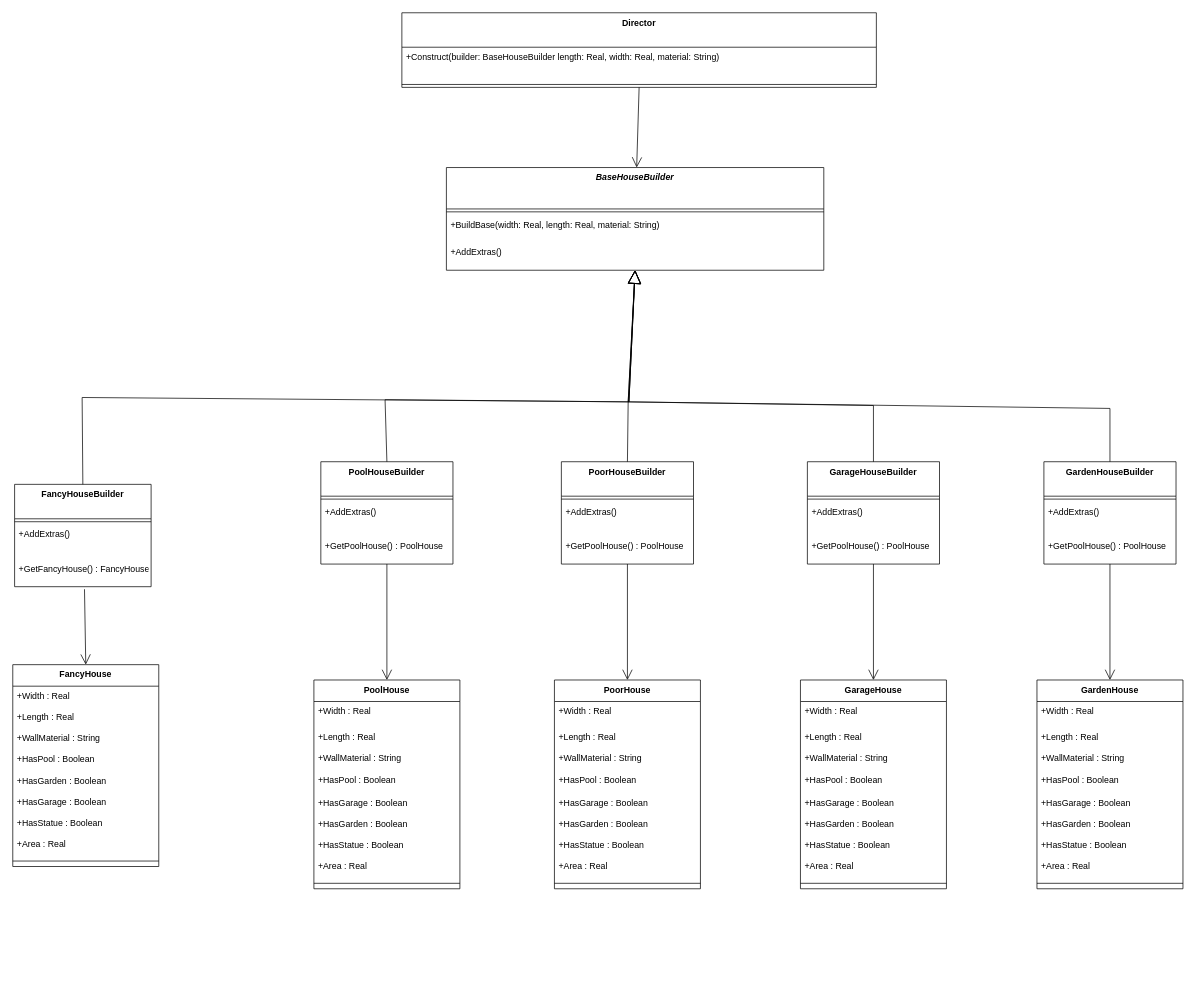
Wokiput/Object-oriented-analysis-and-design-2 keeps this draw.io diagram as lab01/builder.drawio. Above is the earlier version. Source tidied: cells renumbered, new cells numbered last; positions are measured from the earlier drawing's top-left corner, leaving out a move shared by most shapes. Both pictures are drawn from the tidied source at 73%, with x=0, y=0 at pixel (12, 12).
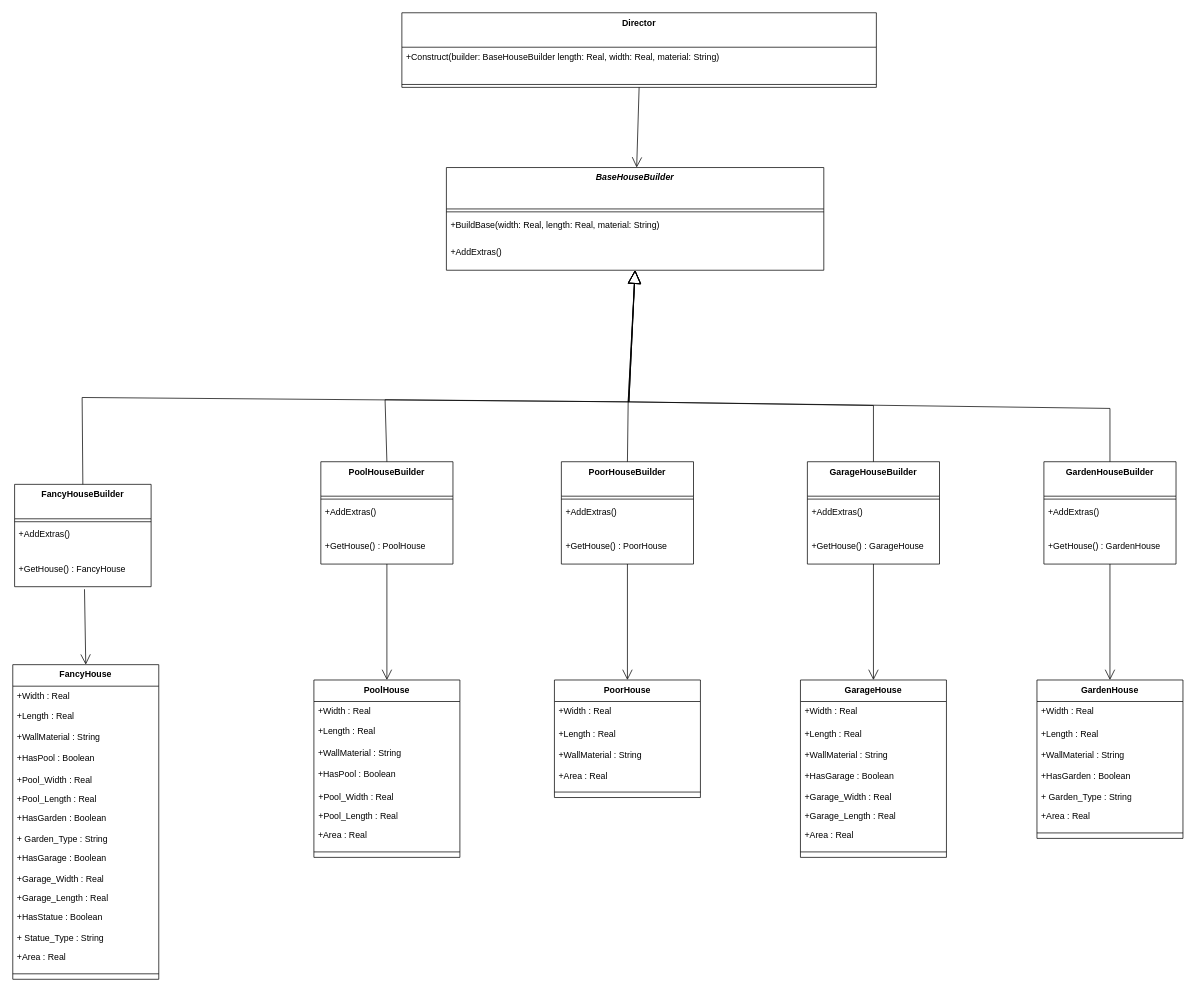
The same diagram, later.

Commit message (it also covers changes not shown here):
Update class diagram

The change refers to these unchanged cells:
```xml
<mxCell id="9" value="FancyHouseBuilder" style="swimlane;fontStyle=1;align=center;verticalAlign=top;horizontal=1;startSize=47.2;" parent="1" vertex="1">
  <mxGeometry x="2.5" y="646" width="187" height="140.2" as="geometry" />
</mxCell>
<mxCell id="13" value="PoolHouseBuilder" style="swimlane;fontStyle=1;align=center;verticalAlign=top;horizontal=1;startSize=47.2;" parent="1" vertex="1">
  <mxGeometry x="422" y="615" width="181" height="140.2" as="geometry" />
</mxCell>
<mxCell id="42" value="PoorHouseBuilder" style="swimlane;fontStyle=1;align=center;verticalAlign=top;horizontal=1;startSize=47.2;" parent="1" vertex="1">
  <mxGeometry x="751.5" y="615" width="181" height="140.2" as="geometry" />
</mxCell>
<mxCell id="58" value="GarageHouseBuilder" style="swimlane;fontStyle=1;align=center;verticalAlign=top;horizontal=1;startSize=47.2;" parent="1" vertex="1">
  <mxGeometry x="1088.5" y="615" width="181" height="140.2" as="geometry" />
</mxCell>
<mxCell id="73" value="GardenHouseBuilder" style="swimlane;fontStyle=1;align=center;verticalAlign=top;horizontal=1;startSize=47.2;" parent="1" vertex="1">
  <mxGeometry x="1412.5" y="615" width="181" height="140.2" as="geometry" />
</mxCell>
```

What changed in the source:
```diff
@@
-    <mxCell id="12" value="+GetFancyHouse() : FancyHouse" style="text;strokeColor=none;fillColor=none;align=left;verticalAlign=top;spacingLeft=4;spacingRight=4;overflow=hidden;points=[[0,0.5],[1,0.5]];portConstraint=eastwest;" parent="9" vertex="1">
+    <mxCell id="12" value="+GetHouse() : FancyHouse" style="text;strokeColor=none;fillColor=none;align=left;verticalAlign=top;spacingLeft=4;spacingRight=4;overflow=hidden;points=[[0,0.5],[1,0.5]];portConstraint=eastwest;" parent="9" vertex="1">
       <mxGeometry y="102.2" width="187" height="38" as="geometry" />
     </mxCell>
@@
-    <mxCell id="16" value="+GetPoolHouse() : PoolHouse" style="text;strokeColor=none;fillColor=none;align=left;verticalAlign=top;spacingLeft=4;spacingRight=4;overflow=hidden;" parent="13" vertex="1">
+    <mxCell id="16" value="+GetHouse() : PoolHouse" style="text;strokeColor=none;fillColor=none;align=left;verticalAlign=top;spacingLeft=4;spacingRight=4;overflow=hidden;" parent="13" vertex="1">
       <mxGeometry y="102.2" width="181" height="38" as="geometry" />
     </mxCell>
     <mxCell id="17" value="FancyHouse" style="swimlane;fontStyle=1;align=center;verticalAlign=top;horizontal=1;startSize=29.473684210526315;" parent="1" vertex="1">
-      <mxGeometry y="893" width="200" height="276.5" as="geometry" />
+      <mxGeometry y="893" width="200" height="431" as="geometry" />
     </mxCell>
     <mxCell id="18" value="+Width : Real" style="text;strokeColor=none;fillColor=none;align=left;verticalAlign=top;spacingLeft=4;spacingRight=4;overflow=hidden;" parent="17" vertex="1">
-      <mxGeometry y="29.5" width="200" height="29" as="geometry" />
+      <mxGeometry y="29.5" width="200" height="27.5" as="geometry" />
     </mxCell>
     <mxCell id="19" value="+Length : Real" style="text;strokeColor=none;fillColor=none;align=left;verticalAlign=top;spacingLeft=4;spacingRight=4;overflow=hidden;" parent="17" vertex="1">
-      <mxGeometry y="58.5" width="200" height="29" as="geometry" />
+      <mxGeometry y="57" width="200" height="29" as="geometry" />
     </mxCell>
     <mxCell id="20" value="+WallMaterial : String" style="text;strokeColor=none;fillColor=none;align=left;verticalAlign=top;spacingLeft=4;spacingRight=4;overflow=hidden;" parent="17" vertex="1">
-      <mxGeometry y="87.5" width="200" height="29" as="geometry" />
+      <mxGeometry y="86" width="200" height="29" as="geometry" />
     </mxCell>
     <mxCell id="21" value="+HasPool : Boolean" style="text;strokeColor=none;fillColor=none;align=left;verticalAlign=top;spacingLeft=4;spacingRight=4;overflow=hidden;" parent="17" vertex="1">
-      <mxGeometry y="116.5" width="200" height="29" as="geometry" />
+      <mxGeometry y="115" width="200" height="29" as="geometry" />
     </mxCell>
+    <mxCell id="90" value="+Pool_Width : Real" style="text;strokeColor=none;fillColor=none;align=left;verticalAlign=top;spacingLeft=4;spacingRight=4;overflow=hidden;whiteSpace=wrap;html=1;" parent="17" vertex="1">
+      <mxGeometry y="144" width="200" height="26" as="geometry" />
+    </mxCell>
+    <mxCell id="91" value="+Pool_Length : Real" style="text;strokeColor=none;fillColor=none;align=left;verticalAlign=top;spacingLeft=4;spacingRight=4;overflow=hidden;whiteSpace=wrap;html=1;" parent="17" vertex="1">
+      <mxGeometry y="170" width="200" height="26" as="geometry" />
+    </mxCell>
     <mxCell id="22" value="+HasGarden : Boolean" style="text;strokeColor=none;fillColor=none;align=left;verticalAlign=top;spacingLeft=4;spacingRight=4;overflow=hidden;" parent="17" vertex="1">
-      <mxGeometry y="145.5" width="200" height="29" as="geometry" />
+      <mxGeometry y="196" width="200" height="29" as="geometry" />
     </mxCell>
+    <mxCell id="92" value="+ Garden_Type : String" style="text;strokeColor=none;fillColor=none;align=left;verticalAlign=top;spacingLeft=4;spacingRight=4;overflow=hidden;whiteSpace=wrap;html=1;" parent="17" vertex="1">
+      <mxGeometry y="225" width="200" height="26" as="geometry" />
+    </mxCell>
     <mxCell id="23" value="+HasGarage : Boolean" style="text;strokeColor=none;fillColor=none;align=left;verticalAlign=top;spacingLeft=4;spacingRight=4;overflow=hidden;" parent="17" vertex="1">
-      <mxGeometry y="174.5" width="200" height="29" as="geometry" />
+      <mxGeometry y="251" width="200" height="29" as="geometry" />
     </mxCell>
+    <mxCell id="93" value="+Garage_Width : Real" style="text;strokeColor=none;fillColor=none;align=left;verticalAlign=top;spacingLeft=4;spacingRight=4;overflow=hidden;whiteSpace=wrap;html=1;" parent="17" vertex="1">
+      <mxGeometry y="280" width="200" height="26" as="geometry" />
+    </mxCell>
+    <mxCell id="94" value="+Garage_Length : Real" style="text;strokeColor=none;fillColor=none;align=left;verticalAlign=top;spacingLeft=4;spacingRight=4;overflow=hidden;whiteSpace=wrap;html=1;" parent="17" vertex="1">
+      <mxGeometry y="306" width="200" height="26" as="geometry" />
+    </mxCell>
     <mxCell id="24" value="+HasStatue : Boolean" style="text;strokeColor=none;fillColor=none;align=left;verticalAlign=top;spacingLeft=4;spacingRight=4;overflow=hidden;" parent="17" vertex="1">
-      <mxGeometry y="203.5" width="200" height="29" as="geometry" />
+      <mxGeometry y="332" width="200" height="29" as="geometry" />
     </mxCell>
+    <mxCell id="95" value="+ Statue_Type : String" style="text;strokeColor=none;fillColor=none;align=left;verticalAlign=top;spacingLeft=4;spacingRight=4;overflow=hidden;whiteSpace=wrap;html=1;" parent="17" vertex="1">
+      <mxGeometry y="361" width="200" height="26" as="geometry" />
+    </mxCell>
     <mxCell id="25" value="+Area : Real" style="text;strokeColor=none;fillColor=none;align=left;verticalAlign=top;spacingLeft=4;spacingRight=4;overflow=hidden;" parent="17" vertex="1">
-      <mxGeometry y="232.5" width="200" height="29" as="geometry" />
+      <mxGeometry y="387" width="200" height="29" as="geometry" />
     </mxCell>
     <mxCell id="26" style="line;strokeWidth=1;fillColor=none;align=left;verticalAlign=middle;spacingTop=-1;spacingLeft=3;spacingRight=3;labelPosition=right;strokeColor=inherit;" parent="17" vertex="1">
-      <mxGeometry y="261.5" width="200" height="15" as="geometry" />
+      <mxGeometry y="416" width="200" height="15" as="geometry" />
     </mxCell>
@@
     <mxCell id="28" value="PoolHouse" style="swimlane;fontStyle=1;align=center;verticalAlign=top;horizontal=1;startSize=29.473684210526315;" parent="1" vertex="1">
-      <mxGeometry x="412.5" y="914" width="200" height="286" as="geometry" />
+      <mxGeometry x="412.5" y="914" width="200" height="243" as="geometry" />
     </mxCell>
     <mxCell id="29" value="+Width : Real" style="text;strokeColor=none;fillColor=none;align=left;verticalAlign=top;spacingLeft=4;spacingRight=4;overflow=hidden;" parent="28" vertex="1">
-      <mxGeometry y="29.5" width="200" height="35.5" as="geometry" />
+      <mxGeometry y="29.5" width="200" height="27.5" as="geometry" />
     </mxCell>
     <mxCell id="30" value="+Length : Real" style="text;strokeColor=none;fillColor=none;align=left;verticalAlign=top;spacingLeft=4;spacingRight=4;overflow=hidden;" parent="28" vertex="1">
-      <mxGeometry y="65" width="200" height="29" as="geometry" />
+      <mxGeometry y="57" width="200" height="29" as="geometry" />
     </mxCell>
     <mxCell id="31" value="+WallMaterial : String" style="text;strokeColor=none;fillColor=none;align=left;verticalAlign=top;spacingLeft=4;spacingRight=4;overflow=hidden;" parent="28" vertex="1">
-      <mxGeometry y="94" width="200" height="29" as="geometry" />
+      <mxGeometry y="86" width="200" height="29" as="geometry" />
     </mxCell>
     <mxCell id="32" value="+HasPool : Boolean" style="text;strokeColor=none;fillColor=none;align=left;verticalAlign=top;spacingLeft=4;spacingRight=4;overflow=hidden;" parent="28" vertex="1">
-      <mxGeometry y="123" width="200" height="32" as="geometry" />
+      <mxGeometry y="115" width="200" height="32" as="geometry" />
     </mxCell>
-    <mxCell id="33" value="+HasGarage : Boolean" style="text;strokeColor=none;fillColor=none;align=left;verticalAlign=top;spacingLeft=4;spacingRight=4;overflow=hidden;" parent="28" vertex="1">
-      <mxGeometry y="155" width="200" height="29" as="geometry" />
-    </mxCell>
-    <mxCell id="34" value="+HasGarden : Boolean" style="text;strokeColor=none;fillColor=none;align=left;verticalAlign=top;spacingLeft=4;spacingRight=4;overflow=hidden;" parent="28" vertex="1">
-      <mxGeometry y="184" width="200" height="29" as="geometry" />
-    </mxCell>
-    <mxCell id="35" value="+HasStatue : Boolean" style="text;strokeColor=none;fillColor=none;align=left;verticalAlign=top;spacingLeft=4;spacingRight=4;overflow=hidden;" parent="28" vertex="1">
-      <mxGeometry y="213" width="200" height="29" as="geometry" />
-    </mxCell>
+    <mxCell id="96" value="+Pool_Width : Real" style="text;strokeColor=none;fillColor=none;align=left;verticalAlign=top;spacingLeft=4;spacingRight=4;overflow=hidden;whiteSpace=wrap;html=1;" parent="28" vertex="1">
+      <mxGeometry y="147" width="200" height="26" as="geometry" />
+    </mxCell>
+    <mxCell id="97" value="+Pool_Length : Real" style="text;strokeColor=none;fillColor=none;align=left;verticalAlign=top;spacingLeft=4;spacingRight=4;overflow=hidden;whiteSpace=wrap;html=1;" parent="28" vertex="1">
+      <mxGeometry y="173" width="200" height="26" as="geometry" />
+    </mxCell>
     <mxCell id="36" value="+Area : Real" style="text;strokeColor=none;fillColor=none;align=left;verticalAlign=top;spacingLeft=4;spacingRight=4;overflow=hidden;" parent="28" vertex="1">
-      <mxGeometry y="242" width="200" height="29" as="geometry" />
+      <mxGeometry y="199" width="200" height="29" as="geometry" />
     </mxCell>
     <mxCell id="37" style="line;strokeWidth=1;fillColor=none;align=left;verticalAlign=middle;spacingTop=-1;spacingLeft=3;spacingRight=3;labelPosition=right;strokeColor=inherit;" parent="28" vertex="1">
-      <mxGeometry y="271" width="200" height="15" as="geometry" />
+      <mxGeometry y="228" width="200" height="15" as="geometry" />
     </mxCell>
@@
-    <mxCell id="45" value="+GetPoolHouse() : PoolHouse" style="text;strokeColor=none;fillColor=none;align=left;verticalAlign=top;spacingLeft=4;spacingRight=4;overflow=hidden;" parent="42" vertex="1">
+    <mxCell id="45" value="+GetHouse() : PoorHouse" style="text;strokeColor=none;fillColor=none;align=left;verticalAlign=top;spacingLeft=4;spacingRight=4;overflow=hidden;" parent="42" vertex="1">
       <mxGeometry y="102.2" width="181" height="38" as="geometry" />
     </mxCell>
     <mxCell id="46" value="PoorHouse" style="swimlane;fontStyle=1;align=center;verticalAlign=top;horizontal=1;startSize=29.473684210526315;" parent="1" vertex="1">
-      <mxGeometry x="742" y="914" width="200" height="286" as="geometry" />
+      <mxGeometry x="742" y="914" width="200" height="161" as="geometry" />
     </mxCell>
     <mxCell id="47" value="+Width : Real" style="text;strokeColor=none;fillColor=none;align=left;verticalAlign=top;spacingLeft=4;spacingRight=4;overflow=hidden;" parent="46" vertex="1">
-      <mxGeometry y="29.5" width="200" height="35.5" as="geometry" />
+      <mxGeometry y="29.5" width="200" height="30.5" as="geometry" />
     </mxCell>
     <mxCell id="48" value="+Length : Real" style="text;strokeColor=none;fillColor=none;align=left;verticalAlign=top;spacingLeft=4;spacingRight=4;overflow=hidden;" parent="46" vertex="1">
-      <mxGeometry y="65" width="200" height="29" as="geometry" />
+      <mxGeometry y="60" width="200" height="29" as="geometry" />
     </mxCell>
     <mxCell id="49" value="+WallMaterial : String" style="text;strokeColor=none;fillColor=none;align=left;verticalAlign=top;spacingLeft=4;spacingRight=4;overflow=hidden;" parent="46" vertex="1">
-      <mxGeometry y="94" width="200" height="29" as="geometry" />
+      <mxGeometry y="89" width="200" height="29" as="geometry" />
     </mxCell>
-    <mxCell id="50" value="+HasPool : Boolean" style="text;strokeColor=none;fillColor=none;align=left;verticalAlign=top;spacingLeft=4;spacingRight=4;overflow=hidden;" parent="46" vertex="1">
-      <mxGeometry y="123" width="200" height="32" as="geometry" />
-    </mxCell>
-    <mxCell id="51" value="+HasGarage : Boolean" style="text;strokeColor=none;fillColor=none;align=left;verticalAlign=top;spacingLeft=4;spacingRight=4;overflow=hidden;" parent="46" vertex="1">
-      <mxGeometry y="155" width="200" height="29" as="geometry" />
-    </mxCell>
-    <mxCell id="52" value="+HasGarden : Boolean" style="text;strokeColor=none;fillColor=none;align=left;verticalAlign=top;spacingLeft=4;spacingRight=4;overflow=hidden;" parent="46" vertex="1">
-      <mxGeometry y="184" width="200" height="29" as="geometry" />
-    </mxCell>
-    <mxCell id="53" value="+HasStatue : Boolean" style="text;strokeColor=none;fillColor=none;align=left;verticalAlign=top;spacingLeft=4;spacingRight=4;overflow=hidden;" parent="46" vertex="1">
-      <mxGeometry y="213" width="200" height="29" as="geometry" />
-    </mxCell>
     <mxCell id="54" value="+Area : Real" style="text;strokeColor=none;fillColor=none;align=left;verticalAlign=top;spacingLeft=4;spacingRight=4;overflow=hidden;" parent="46" vertex="1">
-      <mxGeometry y="242" width="200" height="29" as="geometry" />
+      <mxGeometry y="118" width="200" height="28" as="geometry" />
     </mxCell>
     <mxCell id="55" style="line;strokeWidth=1;fillColor=none;align=left;verticalAlign=middle;spacingTop=-1;spacingLeft=3;spacingRight=3;labelPosition=right;strokeColor=inherit;" parent="46" vertex="1">
-      <mxGeometry y="271" width="200" height="15" as="geometry" />
+      <mxGeometry y="146" width="200" height="15" as="geometry" />
     </mxCell>
@@
-    <mxCell id="61" value="+GetPoolHouse() : PoolHouse" style="text;strokeColor=none;fillColor=none;align=left;verticalAlign=top;spacingLeft=4;spacingRight=4;overflow=hidden;" parent="58" vertex="1">
+    <mxCell id="61" value="+GetHouse() : GarageHouse" style="text;strokeColor=none;fillColor=none;align=left;verticalAlign=top;spacingLeft=4;spacingRight=4;overflow=hidden;" parent="58" vertex="1">
       <mxGeometry y="102.2" width="181" height="38" as="geometry" />
     </mxCell>
     <mxCell id="62" value="GarageHouse" style="swimlane;fontStyle=1;align=center;verticalAlign=top;horizontal=1;startSize=29.473684210526315;" parent="1" vertex="1">
-      <mxGeometry x="1079" y="914" width="200" height="286" as="geometry" />
+      <mxGeometry x="1079" y="914" width="200" height="243" as="geometry" />
     </mxCell>
     <mxCell id="63" value="+Width : Real" style="text;strokeColor=none;fillColor=none;align=left;verticalAlign=top;spacingLeft=4;spacingRight=4;overflow=hidden;" parent="62" vertex="1">
-      <mxGeometry y="29.5" width="200" height="35.5" as="geometry" />
+      <mxGeometry y="29.5" width="200" height="30.5" as="geometry" />
     </mxCell>
     <mxCell id="64" value="+Length : Real" style="text;strokeColor=none;fillColor=none;align=left;verticalAlign=top;spacingLeft=4;spacingRight=4;overflow=hidden;" parent="62" vertex="1">
-      <mxGeometry y="65" width="200" height="29" as="geometry" />
+      <mxGeometry y="60" width="200" height="29" as="geometry" />
     </mxCell>
     <mxCell id="65" value="+WallMaterial : String" style="text;strokeColor=none;fillColor=none;align=left;verticalAlign=top;spacingLeft=4;spacingRight=4;overflow=hidden;" parent="62" vertex="1">
-      <mxGeometry y="94" width="200" height="29" as="geometry" />
+      <mxGeometry y="89" width="200" height="29" as="geometry" />
     </mxCell>
-    <mxCell id="66" value="+HasPool : Boolean" style="text;strokeColor=none;fillColor=none;align=left;verticalAlign=top;spacingLeft=4;spacingRight=4;overflow=hidden;" parent="62" vertex="1">
-      <mxGeometry y="123" width="200" height="32" as="geometry" />
-    </mxCell>
     <mxCell id="67" value="+HasGarage : Boolean" style="text;strokeColor=none;fillColor=none;align=left;verticalAlign=top;spacingLeft=4;spacingRight=4;overflow=hidden;" parent="62" vertex="1">
-      <mxGeometry y="155" width="200" height="29" as="geometry" />
+      <mxGeometry y="118" width="200" height="29" as="geometry" />
     </mxCell>
-    <mxCell id="68" value="+HasGarden : Boolean" style="text;strokeColor=none;fillColor=none;align=left;verticalAlign=top;spacingLeft=4;spacingRight=4;overflow=hidden;" parent="62" vertex="1">
-      <mxGeometry y="184" width="200" height="29" as="geometry" />
-    </mxCell>
-    <mxCell id="69" value="+HasStatue : Boolean" style="text;strokeColor=none;fillColor=none;align=left;verticalAlign=top;spacingLeft=4;spacingRight=4;overflow=hidden;" parent="62" vertex="1">
-      <mxGeometry y="213" width="200" height="29" as="geometry" />
-    </mxCell>
+    <mxCell id="98" value="+Garage_Width : Real" style="text;strokeColor=none;fillColor=none;align=left;verticalAlign=top;spacingLeft=4;spacingRight=4;overflow=hidden;whiteSpace=wrap;html=1;" parent="62" vertex="1">
+      <mxGeometry y="147" width="200" height="26" as="geometry" />
+    </mxCell>
+    <mxCell id="99" value="+Garage_Length : Real" style="text;strokeColor=none;fillColor=none;align=left;verticalAlign=top;spacingLeft=4;spacingRight=4;overflow=hidden;whiteSpace=wrap;html=1;" parent="62" vertex="1">
+      <mxGeometry y="173" width="200" height="26" as="geometry" />
+    </mxCell>
     <mxCell id="70" value="+Area : Real" style="text;strokeColor=none;fillColor=none;align=left;verticalAlign=top;spacingLeft=4;spacingRight=4;overflow=hidden;" parent="62" vertex="1">
-      <mxGeometry y="242" width="200" height="29" as="geometry" />
+      <mxGeometry y="199" width="200" height="29" as="geometry" />
     </mxCell>
     <mxCell id="71" style="line;strokeWidth=1;fillColor=none;align=left;verticalAlign=middle;spacingTop=-1;spacingLeft=3;spacingRight=3;labelPosition=right;strokeColor=inherit;" parent="62" vertex="1">
-      <mxGeometry y="271" width="200" height="15" as="geometry" />
+      <mxGeometry y="228" width="200" height="15" as="geometry" />
     </mxCell>
@@
-    <mxCell id="76" value="+GetPoolHouse() : PoolHouse" style="text;strokeColor=none;fillColor=none;align=left;verticalAlign=top;spacingLeft=4;spacingRight=4;overflow=hidden;" parent="73" vertex="1">
+    <mxCell id="76" value="+GetHouse() : GardenHouse" style="text;strokeColor=none;fillColor=none;align=left;verticalAlign=top;spacingLeft=4;spacingRight=4;overflow=hidden;" parent="73" vertex="1">
       <mxGeometry y="102.2" width="181" height="38" as="geometry" />
     </mxCell>
     <mxCell id="77" value="GardenHouse" style="swimlane;fontStyle=1;align=center;verticalAlign=top;horizontal=1;startSize=29.473684210526315;" parent="1" vertex="1">
-      <mxGeometry x="1403" y="914" width="200" height="286" as="geometry" />
+      <mxGeometry x="1403" y="914" width="200" height="217" as="geometry" />
     </mxCell>
     <mxCell id="78" value="+Width : Real" style="text;strokeColor=none;fillColor=none;align=left;verticalAlign=top;spacingLeft=4;spacingRight=4;overflow=hidden;" parent="77" vertex="1">
-      <mxGeometry y="29.5" width="200" height="35.5" as="geometry" />
+      <mxGeometry y="29.5" width="200" height="30.5" as="geometry" />
     </mxCell>
     <mxCell id="79" value="+Length : Real" style="text;strokeColor=none;fillColor=none;align=left;verticalAlign=top;spacingLeft=4;spacingRight=4;overflow=hidden;" parent="77" vertex="1">
-      <mxGeometry y="65" width="200" height="29" as="geometry" />
+      <mxGeometry y="60" width="200" height="29" as="geometry" />
     </mxCell>
     <mxCell id="80" value="+WallMaterial : String" style="text;strokeColor=none;fillColor=none;align=left;verticalAlign=top;spacingLeft=4;spacingRight=4;overflow=hidden;" parent="77" vertex="1">
-      <mxGeometry y="94" width="200" height="29" as="geometry" />
+      <mxGeometry y="89" width="200" height="29" as="geometry" />
     </mxCell>
-    <mxCell id="81" value="+HasPool : Boolean" style="text;strokeColor=none;fillColor=none;align=left;verticalAlign=top;spacingLeft=4;spacingRight=4;overflow=hidden;" parent="77" vertex="1">
-      <mxGeometry y="123" width="200" height="32" as="geometry" />
-    </mxCell>
-    <mxCell id="82" value="+HasGarage : Boolean" style="text;strokeColor=none;fillColor=none;align=left;verticalAlign=top;spacingLeft=4;spacingRight=4;overflow=hidden;" parent="77" vertex="1">
-      <mxGeometry y="155" width="200" height="29" as="geometry" />
-    </mxCell>
     <mxCell id="83" value="+HasGarden : Boolean" style="text;strokeColor=none;fillColor=none;align=left;verticalAlign=top;spacingLeft=4;spacingRight=4;overflow=hidden;" parent="77" vertex="1">
-      <mxGeometry y="184" width="200" height="29" as="geometry" />
+      <mxGeometry y="118" width="200" height="29" as="geometry" />
     </mxCell>
-    <mxCell id="84" value="+HasStatue : Boolean" style="text;strokeColor=none;fillColor=none;align=left;verticalAlign=top;spacingLeft=4;spacingRight=4;overflow=hidden;" parent="77" vertex="1">
-      <mxGeometry y="213" width="200" height="29" as="geometry" />
-    </mxCell>
+    <mxCell id="100" value="+ Garden_Type : String" style="text;strokeColor=none;fillColor=none;align=left;verticalAlign=top;spacingLeft=4;spacingRight=4;overflow=hidden;whiteSpace=wrap;html=1;" parent="77" vertex="1">
+      <mxGeometry y="147" width="200" height="26" as="geometry" />
+    </mxCell>
     <mxCell id="85" value="+Area : Real" style="text;strokeColor=none;fillColor=none;align=left;verticalAlign=top;spacingLeft=4;spacingRight=4;overflow=hidden;" parent="77" vertex="1">
-      <mxGeometry y="242" width="200" height="29" as="geometry" />
+      <mxGeometry y="173" width="200" height="29" as="geometry" />
     </mxCell>
     <mxCell id="86" style="line;strokeWidth=1;fillColor=none;align=left;verticalAlign=middle;spacingTop=-1;spacingLeft=3;spacingRight=3;labelPosition=right;strokeColor=inherit;" parent="77" vertex="1">
-      <mxGeometry y="271" width="200" height="15" as="geometry" />
+      <mxGeometry y="202" width="200" height="15" as="geometry" />
     </mxCell>
```
